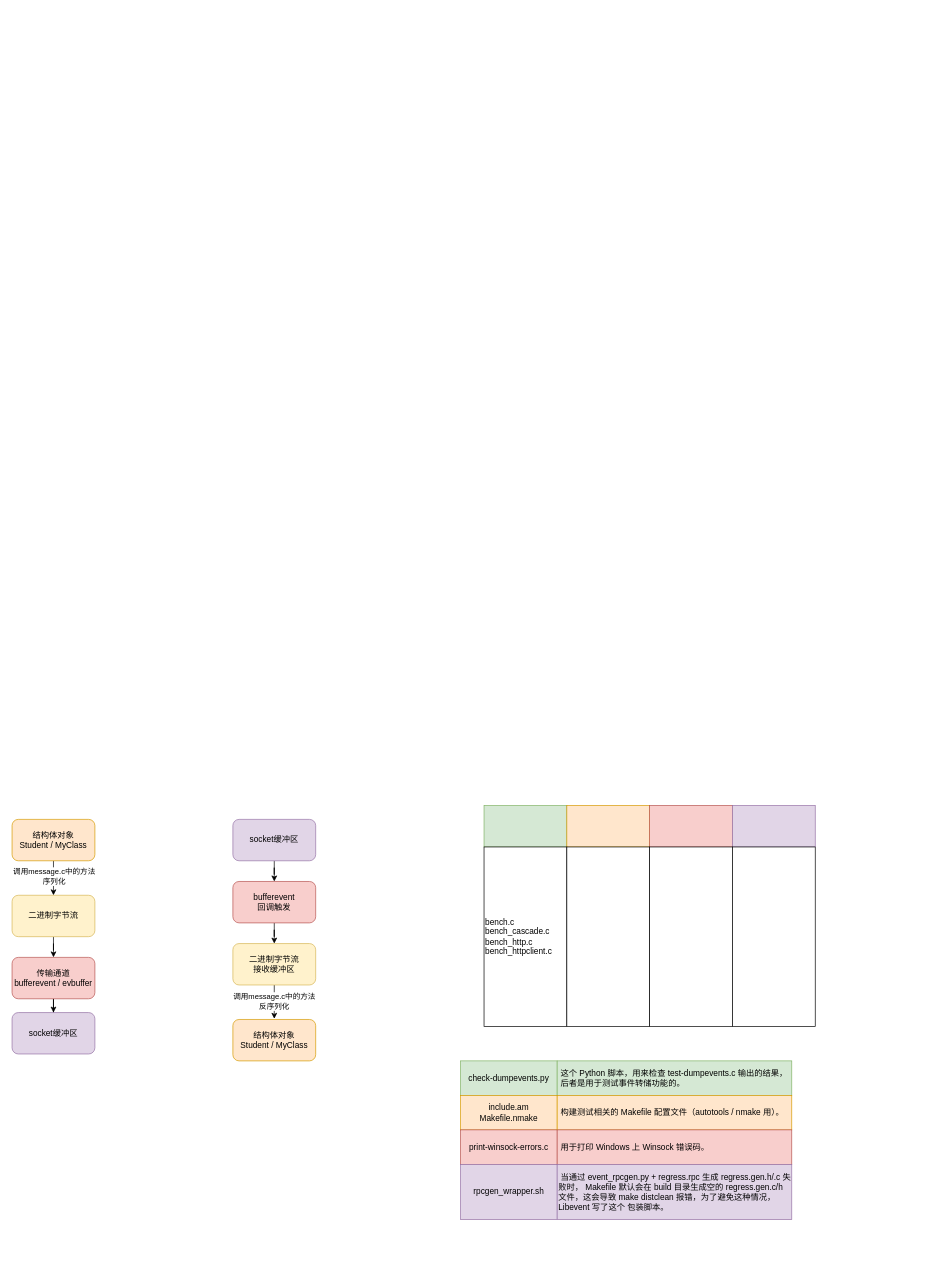
Above: Libevent源码文件分类解读.drawio in wangxiaokun/mypic (draw.io), before the change. Source tidied: cells renumbered, new cells numbered last; positions are measured from the earlier drawing's top-left corner, leaving out a move shared by most shapes. Both pictures are drawn from the tidied source at 69%, with x=0, y=0 at pixel (12, 805).
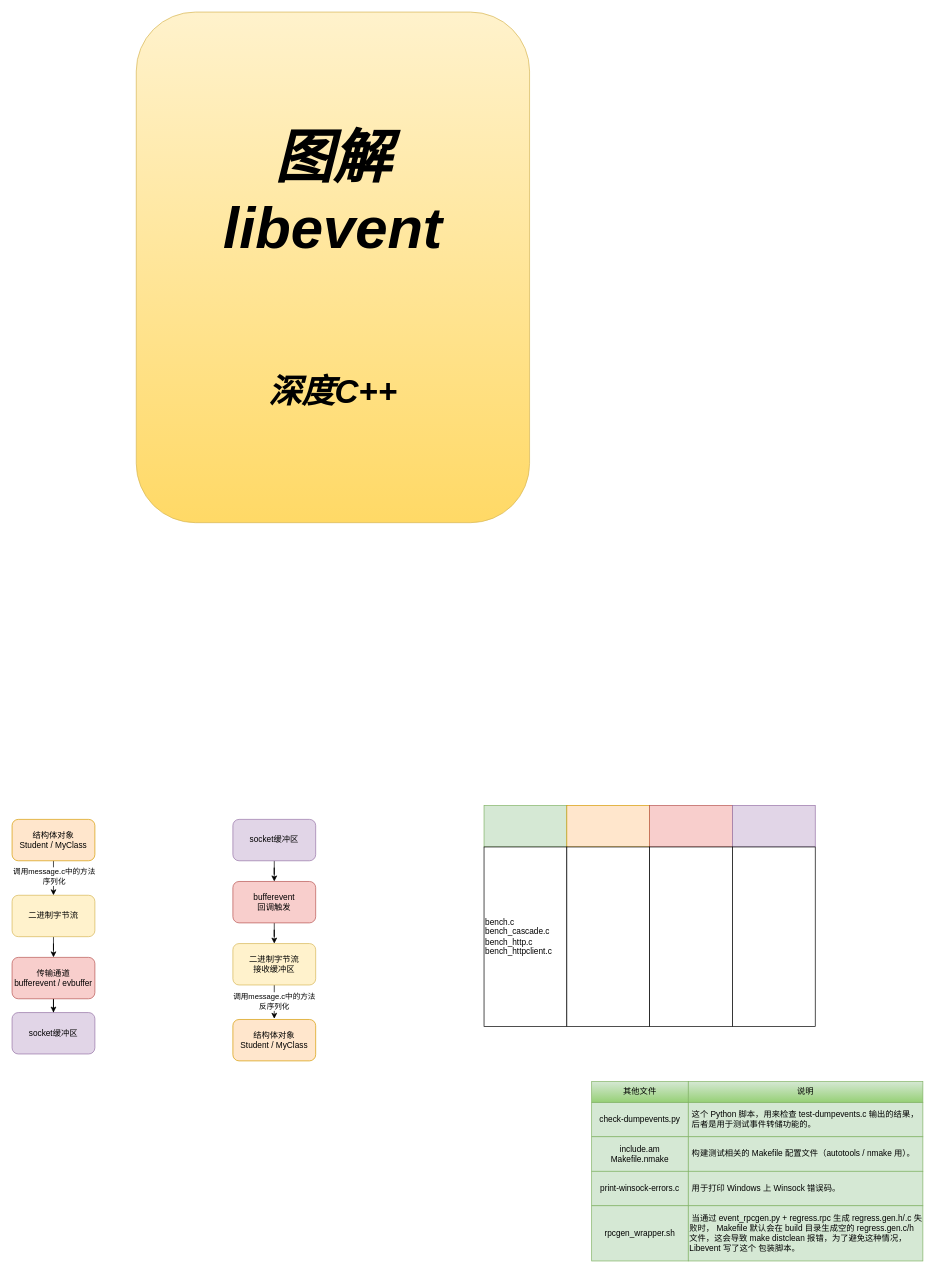
Above is the later version.

Commit message:
更新Libevent源码文件分类解读.drawio

What changed in the source:
```diff
@@
     <mxCell id="25" value="check-dumpevents.py" style="rounded=0;whiteSpace=wrap;html=1;fillColor=#d5e8d4;strokeColor=#82b366;" parent="1" vertex="1">
-      <mxGeometry x="650" y="370" width="140" height="50" as="geometry" />
+      <mxGeometry x="840" y="430" width="140" height="50" as="geometry" />
     </mxCell>
-    <mxCell id="26" value="&lt;div&gt;include.am&lt;/div&gt;&lt;div&gt;Makefile.nmake&lt;/div&gt;" style="rounded=0;whiteSpace=wrap;html=1;fillColor=#ffe6cc;strokeColor=#d79b00;" parent="1" vertex="1">
-      <mxGeometry x="650" y="420" width="140" height="50" as="geometry" />
+    <mxCell id="26" value="&lt;div&gt;include.am&lt;/div&gt;&lt;div&gt;Makefile.nmake&lt;/div&gt;" style="rounded=0;whiteSpace=wrap;html=1;fillColor=#d5e8d4;strokeColor=#82b366;" parent="1" vertex="1">
+      <mxGeometry x="840" y="480" width="140" height="50" as="geometry" />
     </mxCell>
-    <mxCell id="27" value="print-winsock-errors.c" style="rounded=0;whiteSpace=wrap;html=1;fillColor=#f8cecc;strokeColor=#b85450;" parent="1" vertex="1">
-      <mxGeometry x="650" y="470" width="140" height="50" as="geometry" />
+    <mxCell id="27" value="print-winsock-errors.c" style="rounded=0;whiteSpace=wrap;html=1;fillColor=#d5e8d4;strokeColor=#82b366;" parent="1" vertex="1">
+      <mxGeometry x="840" y="530" width="140" height="50" as="geometry" />
     </mxCell>
-    <mxCell id="28" value="rpcgen_wrapper.sh" style="rounded=0;whiteSpace=wrap;html=1;fillColor=#e1d5e7;strokeColor=#9673a6;" parent="1" vertex="1">
-      <mxGeometry x="650" y="520" width="140" height="80" as="geometry" />
+    <mxCell id="28" value="rpcgen_wrapper.sh" style="rounded=0;whiteSpace=wrap;html=1;fillColor=#d5e8d4;strokeColor=#82b366;" parent="1" vertex="1">
+      <mxGeometry x="840" y="580" width="140" height="80" as="geometry" />
     </mxCell>
-    <mxCell id="29" value="&amp;nbsp;这个 Python 脚本，用来检查 test-dumpevents.c 输出的结果，&amp;nbsp; &amp;nbsp;后者是用于测试事件转储功能的。" style="rounded=0;whiteSpace=wrap;html=1;fillColor=#d5e8d4;strokeColor=#82b366;align=left;" parent="1" vertex="1">
-      <mxGeometry x="790" y="370" width="340" height="50" as="geometry" />
+    <mxCell id="29" value="&amp;nbsp;这个 Python 脚本，用来检查 test-dumpevents.c 输出的结果，&amp;nbsp; &amp;nbsp;后者是用于测试事件转储功能的。" style="rounded=0;whiteSpace=wrap;html=1;align=left;fillColor=#d5e8d4;strokeColor=#82b366;" parent="1" vertex="1">
+      <mxGeometry x="980" y="430" width="340" height="50" as="geometry" />
     </mxCell>
-    <mxCell id="30" value="&amp;nbsp;构建测试相关的 Makefile 配置文件（autotools / nmake 用）。" style="rounded=0;whiteSpace=wrap;html=1;fillColor=#ffe6cc;strokeColor=#d79b00;align=left;" parent="1" vertex="1">
-      <mxGeometry x="790" y="420" width="340" height="50" as="geometry" />
+    <mxCell id="30" value="&amp;nbsp;构建测试相关的 Makefile 配置文件（autotools / nmake 用）。" style="rounded=0;whiteSpace=wrap;html=1;align=left;fillColor=#d5e8d4;strokeColor=#82b366;" parent="1" vertex="1">
+      <mxGeometry x="980" y="480" width="340" height="50" as="geometry" />
     </mxCell>
-    <mxCell id="31" value="&amp;nbsp;用于打印 Windows 上 Winsock 错误码。" style="rounded=0;whiteSpace=wrap;html=1;fillColor=#f8cecc;strokeColor=#b85450;align=left;" parent="1" vertex="1">
-      <mxGeometry x="790" y="470" width="340" height="50" as="geometry" />
+    <mxCell id="31" value="&amp;nbsp;用于打印 Windows 上 Winsock 错误码。" style="rounded=0;whiteSpace=wrap;html=1;align=left;fillColor=#d5e8d4;strokeColor=#82b366;" parent="1" vertex="1">
+      <mxGeometry x="980" y="530" width="340" height="50" as="geometry" />
     </mxCell>
-    <mxCell id="32" value="&amp;nbsp;当通过 event_rpcgen.py +&amp;nbsp;regress.rpc 生成&amp;nbsp;regress.gen.h/.c 失败时， Makefile 默认会在 build 目录生成空的 regress.gen.c/h 文件，这会导致 make distclean 报错，为了避免这种情况，Libevent 写了这个 包装脚本。" style="rounded=0;whiteSpace=wrap;html=1;fillColor=#e1d5e7;strokeColor=#9673a6;align=left;" parent="1" vertex="1">
-      <mxGeometry x="790" y="520" width="340" height="80" as="geometry" />
+    <mxCell id="32" value="&amp;nbsp;当通过 event_rpcgen.py +&amp;nbsp;regress.rpc 生成&amp;nbsp;regress.gen.h/.c 失败时， Makefile 默认会在 build 目录生成空的 regress.gen.c/h 文件，这会导致 make distclean 报错，为了避免这种情况，Libevent 写了这个 包装脚本。" style="rounded=0;whiteSpace=wrap;html=1;align=left;fillColor=#d5e8d4;strokeColor=#82b366;" parent="1" vertex="1">
+      <mxGeometry x="980" y="580" width="340" height="80" as="geometry" />
     </mxCell>
+    <mxCell id="33" value="其他文件" style="rounded=0;whiteSpace=wrap;html=1;fillColor=#d5e8d4;strokeColor=#82b366;gradientColor=#97d077;" parent="1" vertex="1">
+      <mxGeometry x="840" y="400" width="140" height="30" as="geometry" />
+    </mxCell>
+    <mxCell id="34" value="说明" style="rounded=0;whiteSpace=wrap;html=1;fillColor=#d5e8d4;strokeColor=#82b366;align=center;gradientColor=#97d077;" parent="1" vertex="1">
+      <mxGeometry x="980" y="400" width="340" height="30" as="geometry" />
+    </mxCell>
+    <mxCell id="35" value="&lt;font style=&quot;font-size: 84px;&quot;&gt;&lt;b&gt;图解&lt;/b&gt;&lt;/font&gt;&lt;div&gt;&lt;font style=&quot;font-size: 84px;&quot;&gt;&lt;b&gt;libevent&lt;/b&gt;&lt;/font&gt;&lt;/div&gt;&lt;div&gt;&lt;font style=&quot;font-size: 84px;&quot;&gt;&lt;b&gt;&lt;br&gt;&lt;/b&gt;&lt;/font&gt;&lt;/div&gt;&lt;div&gt;&lt;b&gt;&lt;br&gt;&lt;/b&gt;&lt;/div&gt;&lt;div&gt;&lt;font&gt;&lt;b&gt;深度C++&lt;/b&gt;&lt;/font&gt;&lt;/div&gt;" style="rounded=1;whiteSpace=wrap;html=1;fillColor=#fff2cc;gradientColor=#ffd966;strokeColor=#d6b656;fontSize=48;fontStyle=2;" parent="1" vertex="1">
+      <mxGeometry x="180" y="-1150" width="570" height="740" as="geometry" />
+    </mxCell>
```
